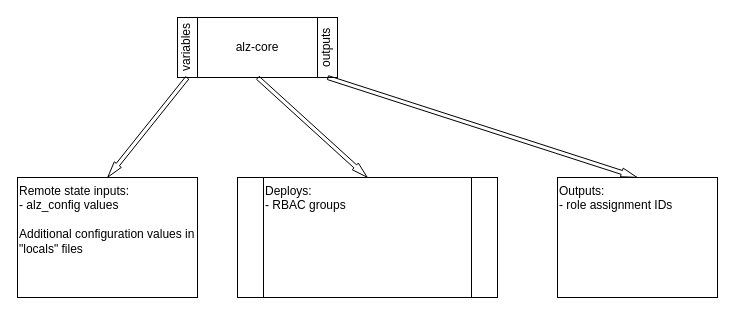
Above: page "alz-iam" (3 of 6) of ta-alz.drawio in balazspados/azure-sandbox (draw.io), before the change. Source tidied: cells renumbered, new cells numbered last; positions are measured from the earlier drawing's top-left corner, leaving out a move shared by most shapes. Both pictures are drawn from the tidied source at 100%, with x=0, y=0 at pixel (17, 17).
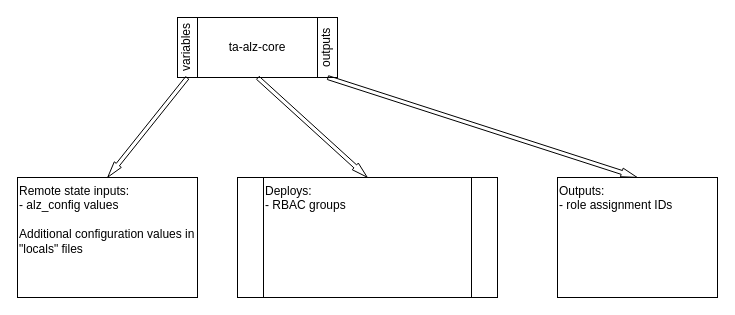
After the change.

Change to the diagram source:
```diff
@@
 <mxGraphModel>
   <root>
     <mxCell id="0" />
     <mxCell id="1" parent="0" />
     <mxCell id="2" style="group;" parent="1" vertex="1">
       <mxGeometry x="160" width="160" height="60" as="geometry" />
     </mxCell>
-    <mxCell id="3" value="alz-core" style="rounded=0;whiteSpace=wrap;html=1;" parent="2" vertex="1">
+    <mxCell id="3" value="ta-alz-core" style="rounded=0;whiteSpace=wrap;html=1;" parent="2" vertex="1">
       <mxGeometry x="20" width="120" height="60" as="geometry" />
     </mxCell>
     <mxCell id="4" value="outputs" style="rounded=0;whiteSpace=wrap;html=1;textDirection=vertical-rl;rotation=-180;" parent="2" vertex="1">
       <mxGeometry x="140" width="20" height="60" as="geometry" />
     </mxCell>
     <mxCell id="5" value="variables" style="rounded=0;whiteSpace=wrap;html=1;textDirection=vertical-lr;rotation=-180;" parent="2" vertex="1">
       <mxGeometry width="20" height="60" as="geometry" />
     </mxCell>
     <mxCell id="6" value="&lt;div&gt;Deploys:&lt;/div&gt;&lt;div&gt;&lt;div&gt;- RBAC groups&lt;/div&gt;&lt;/div&gt;" style="shape=process;whiteSpace=wrap;html=1;backgroundOutline=1;align=left;verticalAlign=top;" parent="1" vertex="1">
       <mxGeometry x="220" y="160" width="260" height="120" as="geometry" />
     </mxCell>
     <mxCell id="7" value="&lt;span style=&quot;color: rgb(0, 0, 0);&quot;&gt;Remote state inputs:&lt;/span&gt;&lt;div&gt;&lt;div&gt;- alz_config values&lt;/div&gt;&lt;/div&gt;&lt;div&gt;&lt;br&gt;&lt;/div&gt;&lt;div&gt;Additional configuration values in &quot;locals&quot; files&lt;/div&gt;" style="rounded=0;whiteSpace=wrap;html=1;align=left;verticalAlign=top;" parent="1" vertex="1">
       <mxGeometry y="160" width="180" height="120" as="geometry" />
     </mxCell>
     <mxCell id="8" style="shape=flexArrow;endArrow=classic;html=1;exitX=0.5;exitY=0;exitDx=0;exitDy=0;entryX=0.5;entryY=0;entryDx=0;entryDy=0;startSize=3;endSize=5;sourcePerimeterSpacing=0;endWidth=4;width=4;" parent="1" edge="1" source="5" target="7">
       <mxGeometry relative="1" as="geometry" />
     </mxCell>
     <mxCell id="9" style="shape=flexArrow;endArrow=classic;html=1;exitX=0.5;exitY=1;exitDx=0;exitDy=0;entryX=0.5;entryY=0;entryDx=0;entryDy=0;startSize=3;endSize=5;sourcePerimeterSpacing=0;endWidth=4;width=4;" parent="1" edge="1" source="3" target="6">
       <mxGeometry relative="1" as="geometry" />
     </mxCell>
     <mxCell id="10" value="Outputs:&lt;div&gt;- role assignment IDs&lt;br&gt;&lt;/div&gt;" style="rounded=0;whiteSpace=wrap;html=1;align=left;verticalAlign=top;" parent="1" vertex="1">
       <mxGeometry x="540" y="160" width="160" height="120" as="geometry" />
     </mxCell>
     <mxCell id="11" style="shape=flexArrow;endArrow=classic;html=1;exitX=0.5;exitY=0;exitDx=0;exitDy=0;entryX=0.5;entryY=0;entryDx=0;entryDy=0;startSize=3;endSize=5;sourcePerimeterSpacing=0;endWidth=4;width=4;" parent="1" edge="1" source="4" target="10">
       <mxGeometry relative="1" as="geometry" />
     </mxCell>
   </root>
 </mxGraphModel>
```
